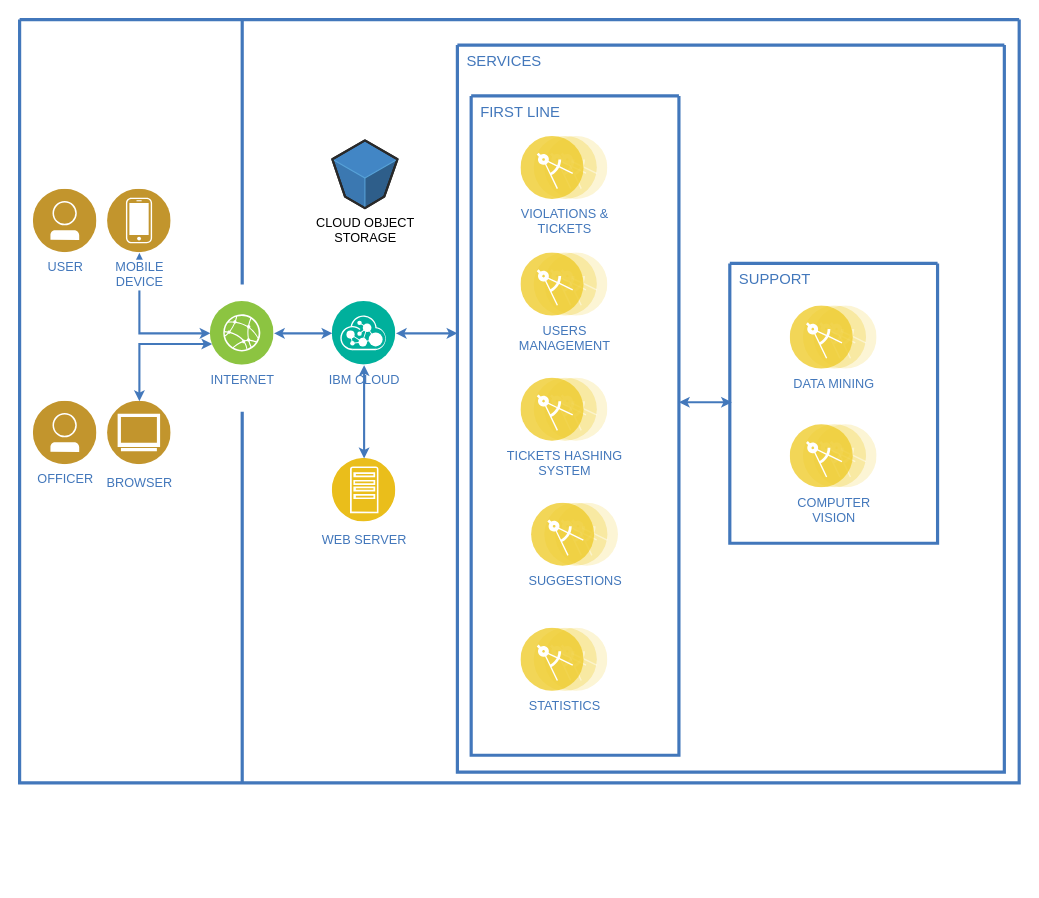
Earlier version of the draw.io diagram DD/materials/HighLevelArchitecture.drawio (GiorgioUghini/SafeStreets). Source tidied: cells renumbered, new cells numbered last; positions are measured from the earlier drawing's top-left corner, leaving out a move shared by most shapes. Both pictures are drawn from the tidied source at 106%, with x=0, y=0 at pixel (19, 19).
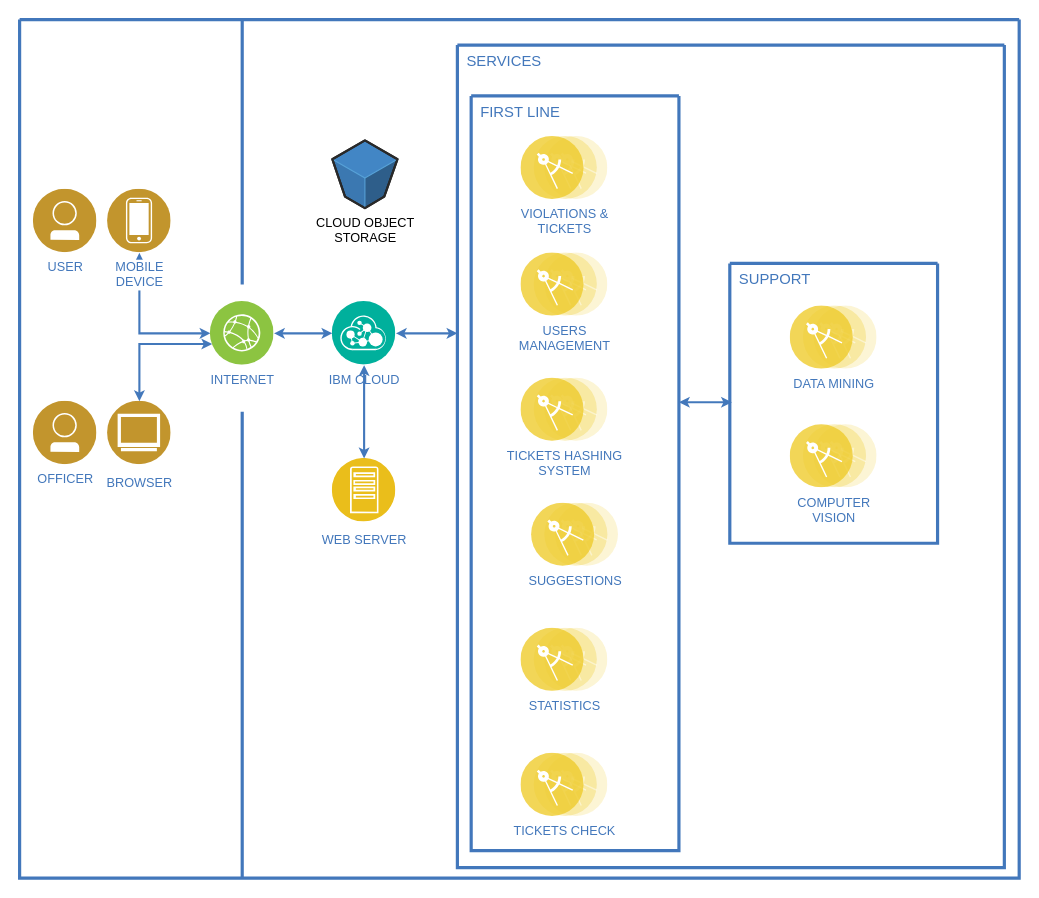
Above is the later version.

Commit message (it also covers changes not shown here):
Add new microservice in high and low level diagrams

Diff of the diagram source:
```diff
@@
     <mxCell id="2" style="swimlane;shadow=0;strokeColor=#4277BB;fillColor=#ffffff;fontColor=#4277BB;align=right;startSize=0;strokeWidth=3;" parent="1" vertex="1">
-      <mxGeometry width="943" height="720" as="geometry" />
+      <mxGeometry width="943" height="810" as="geometry" />
     </mxCell>
@@
     <mxCell id="4" style="line;strokeWidth=3;direction=south;html=1;shadow=0;labelBackgroundColor=none;fillColor=none;gradientColor=none;fontSize=12;fontColor=#4277BB;align=right;strokeColor=#4277BB;" parent="2" vertex="1">
-      <mxGeometry x="205" y="370" width="10" height="350" as="geometry" />
+      <mxGeometry x="205" y="370" width="10" height="440" as="geometry" />
     </mxCell>
@@
     <mxCell id="13" style="swimlane;shadow=0;strokeColor=#4277BB;fillColor=#ffffff;fontColor=#4277BB;align=right;startSize=0;strokeWidth=3;" parent="2" vertex="1">
-      <mxGeometry x="413" y="24" width="516" height="686" as="geometry" />
+      <mxGeometry x="413" y="24" width="516" height="776" as="geometry" />
     </mxCell>
@@
     <mxCell id="15" style="swimlane;shadow=0;strokeColor=#4277BB;fillColor=#ffffff;fontColor=#4277BB;align=right;startSize=0;strokeWidth=3;" parent="13" vertex="1">
-      <mxGeometry x="13" y="48" width="196" height="622" as="geometry" />
+      <mxGeometry x="13" y="48" width="196" height="712" as="geometry" />
     </mxCell>
@@
+    <mxCell id="32" value="TICKETS CHECK" style="perimeter=ellipsePerimeter;html=1;align=center;shadow=0;dashed=0;image;image=img/lib/ibm/applications/microservice.svg;labelBackgroundColor=#ffffff;strokeColor=#666666;strokeWidth=3;fillColor=#C2952D;gradientColor=none;fontSize=12;fontColor=#4277BB;" parent="15" vertex="1">
+      <mxGeometry x="47" y="620" width="82" height="60" as="geometry" />
+    </mxCell>
```
